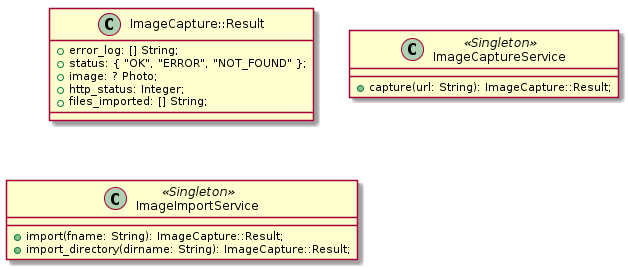
Before: out/services/Services.png, a diagram exported from PlantUML (mizhal/imagedb).
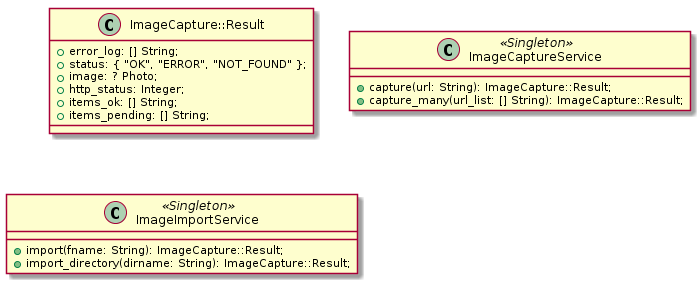
After the commit.

Diff of the diagram source:
```diff
@@ -5,11 +5,13 @@
     + status: { "OK", "ERROR", "NOT_FOUND" };
     + image: ? Photo;
     + http_status: Integer;
-    + files_imported: [] String;
+    + items_ok: [] String;
+    + items_pending: [] String;
 }
 
 class ImageCaptureService <<Singleton>> {
     + capture(url: String): ImageCapture::Result;
+    + capture_many(url_list: [] String): ImageCapture::Result;
 }
 
 class ImageImportService <<Singleton>> {
```
